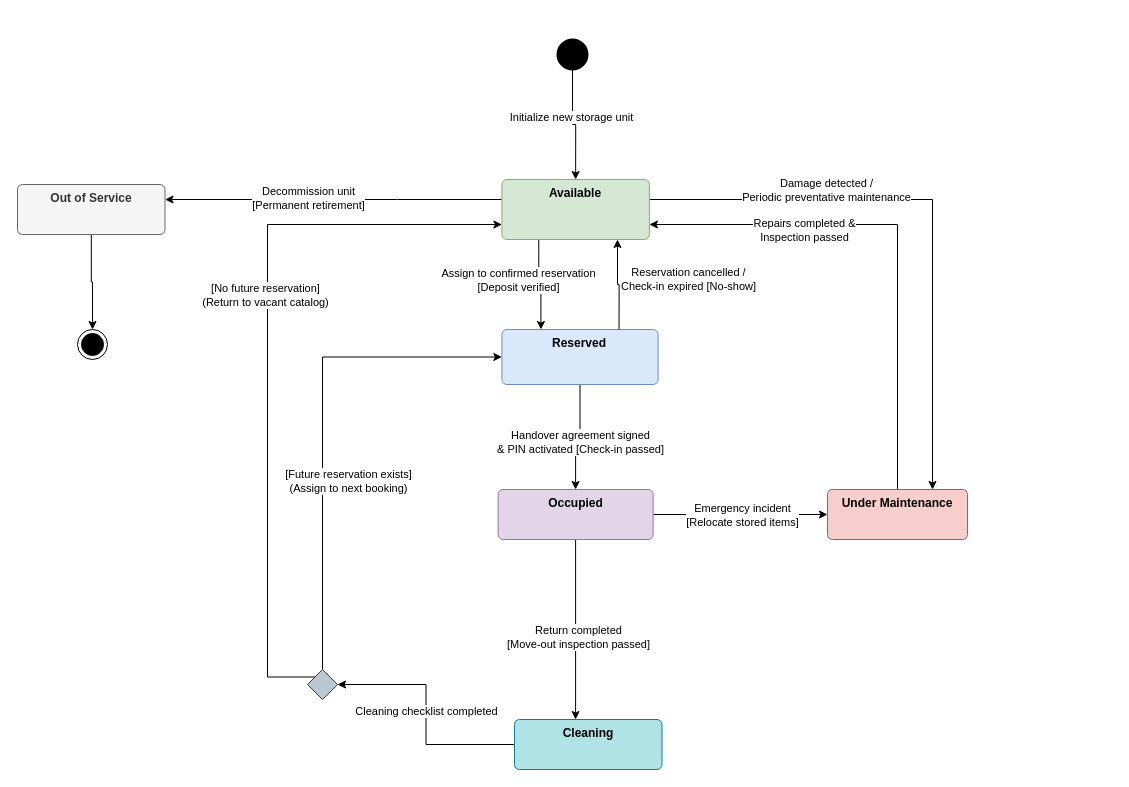
This is docs/diagrams/report/drawio/state-machine-storage-unit.drawio from Nguyen-Van-Gia-Binh/Self-Storage-Facility-Rental-and-Management-System, a draw.io file, before an edit. Source tidied: cells renumbered, new cells numbered last; positions are measured from the earlier drawing's top-left corner, leaving out a move shared by most shapes. Both pictures are drawn from the tidied source at 100%, with x=0, y=0 at pixel (17, 39).
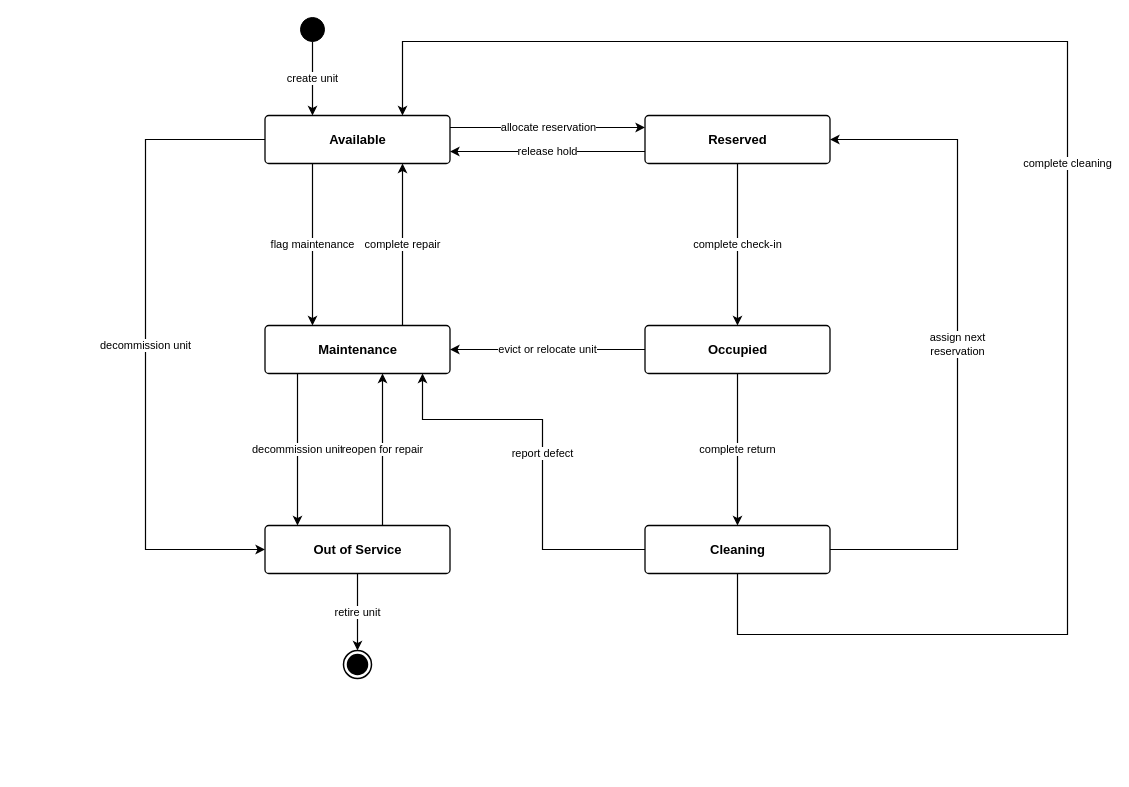
Above is the later version.

The edit, as a diff of the source:
```diff
@@
-    <mxCell id="2" style="edgeStyle=orthogonalEdgeStyle;rounded=0;jettySize=auto;html=1;entryX=0.75;entryY=0;entryDx=0;entryDy=0;" parent="1" edge="1" source="8" target="22">
-      <mxGeometry relative="1" as="geometry">
-        <Array as="points">
-          <mxPoint x="915" y="160" />
-        </Array>
-      </mxGeometry>
-    </mxCell>
-    <mxCell id="3" value="Damage detected /&lt;div&gt;Periodic preventative maintenance&lt;/div&gt;" style="edgeLabel;html=1;align=center;verticalAlign=middle;" parent="2" vertex="1">
-      <mxGeometry x="-0.3" y="-3" relative="1" as="geometry">
-        <mxPoint x="-24" y="-13" as="offset" />
-      </mxGeometry>
-    </mxCell>
+    <mxCell id="36" style="ellipse;whiteSpace=wrap;html=1;fillColor=#000000;strokeColor=#000000;" parent="1" vertex="1">
+      <mxGeometry x="283" y="-22" width="24" height="24" as="geometry" />
+    </mxCell>
+    <mxCell id="8" value="Available" style="rounded=1;arcSize=8;whiteSpace=wrap;html=1;fillColor=#ffffff;strokeColor=#000000;strokeWidth=1.3;fontFamily=Arial;fontSize=13;fontStyle=1;fontColor=#000000;align=center;verticalAlign=middle;" parent="1" vertex="1">
+      <mxGeometry x="247.5" y="76" width="185" height="48" as="geometry" />
+    </mxCell>
+    <mxCell id="14" value="Reserved" style="rounded=1;arcSize=8;whiteSpace=wrap;html=1;fillColor=#ffffff;strokeColor=#000000;strokeWidth=1.3;fontFamily=Arial;fontSize=13;fontStyle=1;fontColor=#000000;align=center;verticalAlign=middle;" parent="1" vertex="1">
+      <mxGeometry x="627.5" y="76" width="185" height="48" as="geometry" />
+    </mxCell>
+    <mxCell id="37" value="Maintenance" style="rounded=1;arcSize=8;whiteSpace=wrap;html=1;fillColor=#ffffff;strokeColor=#000000;strokeWidth=1.3;fontFamily=Arial;fontSize=13;fontStyle=1;fontColor=#000000;align=center;verticalAlign=middle;" parent="1" vertex="1">
+      <mxGeometry x="247.5" y="286" width="185" height="48" as="geometry" />
+    </mxCell>
+    <mxCell id="19" value="Occupied" style="rounded=1;arcSize=8;whiteSpace=wrap;html=1;fillColor=#ffffff;strokeColor=#000000;strokeWidth=1.3;fontFamily=Arial;fontSize=13;fontStyle=1;fontColor=#000000;align=center;verticalAlign=middle;" parent="1" vertex="1">
+      <mxGeometry x="627.5" y="286" width="185" height="48" as="geometry" />
+    </mxCell>
+    <mxCell id="27" value="Out of Service" style="rounded=1;arcSize=8;whiteSpace=wrap;html=1;fillColor=#ffffff;strokeColor=#000000;strokeWidth=1.3;fontFamily=Arial;fontSize=13;fontStyle=1;fontColor=#000000;align=center;verticalAlign=middle;" parent="1" vertex="1">
+      <mxGeometry x="247.5" y="486" width="185" height="48" as="geometry" />
+    </mxCell>
+    <mxCell id="25" value="Cleaning" style="rounded=1;arcSize=8;whiteSpace=wrap;html=1;fillColor=#ffffff;strokeColor=#000000;strokeWidth=1.3;fontFamily=Arial;fontSize=13;fontStyle=1;fontColor=#000000;align=center;verticalAlign=middle;" parent="1" vertex="1">
+      <mxGeometry x="627.5" y="486" width="185" height="48" as="geometry" />
+    </mxCell>
+    <mxCell id="38" style="ellipse;html=1;shape=endState;fillColor=#000000;strokeColor=#000000;strokeWidth=1.5;" parent="1" vertex="1">
+      <mxGeometry x="326" y="611" width="28" height="28" as="geometry" />
+    </mxCell>
+    <mxCell id="39" value="create unit" style="edgeStyle=orthogonalEdgeStyle;rounded=0;jettySize=auto;html=1;exitX=0.5;exitY=1;exitDx=0;exitDy=0;entryX=0.25675675675675674;entryY=0;entryDx=0;entryDy=0;strokeColor=#000000;strokeWidth=1.2;endArrow=classic;endFill=1;fontFamily=Arial;fontSize=11;fontColor=#000000;labelBackgroundColor=#ffffff;labelBorderColor=none;" parent="1" edge="1" source="36" target="8">
+      <mxGeometry relative="1" as="geometry" />
+    </mxCell>
+    <mxCell id="6" value="allocate reservation" style="edgeStyle=orthogonalEdgeStyle;rounded=0;jettySize=auto;html=1;exitX=1;exitY=0.25;exitDx=0;exitDy=0;entryX=0;entryY=0.25;entryDx=0;entryDy=0;strokeColor=#000000;strokeWidth=1.2;endArrow=classic;endFill=1;fontFamily=Arial;fontSize=11;fontColor=#000000;labelBackgroundColor=#ffffff;labelBorderColor=none;" parent="1" edge="1" source="8" target="14">
+      <mxGeometry relative="1" as="geometry" />
+    </mxCell>
+    <mxCell id="34" value="release hold" style="edgeStyle=orthogonalEdgeStyle;rounded=0;jettySize=auto;html=1;exitX=0;exitY=0.75;exitDx=0;exitDy=0;entryX=1;entryY=0.75;entryDx=0;entryDy=0;strokeColor=#000000;strokeWidth=1.2;endArrow=classic;endFill=1;fontFamily=Arial;fontSize=11;fontColor=#000000;labelBackgroundColor=#ffffff;labelBorderColor=none;" parent="1" edge="1" source="14" target="8">
+      <mxGeometry relative="1" as="geometry" />
+    </mxCell>
+    <mxCell id="12" value="complete check-in" style="edgeStyle=orthogonalEdgeStyle;rounded=0;jettySize=auto;html=1;exitX=0.5;exitY=1;exitDx=0;exitDy=0;entryX=0.5;entryY=0;entryDx=0;entryDy=0;strokeColor=#000000;strokeWidth=1.2;endArrow=classic;endFill=1;fontFamily=Arial;fontSize=11;fontColor=#000000;labelBackgroundColor=#ffffff;labelBorderColor=none;" parent="1" edge="1" source="14" target="19">
+      <mxGeometry relative="1" as="geometry" />
+    </mxCell>
+    <mxCell id="17" value="complete return" style="edgeStyle=orthogonalEdgeStyle;rounded=0;jettySize=auto;html=1;exitX=0.5;exitY=1;exitDx=0;exitDy=0;entryX=0.5;entryY=0;entryDx=0;entryDy=0;strokeColor=#000000;strokeWidth=1.2;endArrow=classic;endFill=1;fontFamily=Arial;fontSize=11;fontColor=#000000;labelBackgroundColor=#ffffff;labelBorderColor=none;" parent="1" edge="1" source="19" target="25">
+      <mxGeometry relative="1" as="geometry" />
+    </mxCell>
+    <mxCell id="40" value="evict or relocate unit" style="edgeStyle=orthogonalEdgeStyle;rounded=0;jettySize=auto;html=1;exitX=0;exitY=0.5;exitDx=0;exitDy=0;entryX=1;entryY=0.5;entryDx=0;entryDy=0;strokeColor=#000000;strokeWidth=1.2;endArrow=classic;endFill=1;fontFamily=Arial;fontSize=11;fontColor=#000000;labelBackgroundColor=#ffffff;labelBorderColor=none;" parent="1" edge="1" source="19" target="37">
+      <mxGeometry relative="1" as="geometry" />
+    </mxCell>
+    <mxCell id="41" value="flag maintenance" style="edgeStyle=orthogonalEdgeStyle;rounded=0;jettySize=auto;html=1;exitX=0.25675675675675674;exitY=1;exitDx=0;exitDy=0;entryX=0.25675675675675674;entryY=0;entryDx=0;entryDy=0;strokeColor=#000000;strokeWidth=1.2;endArrow=classic;endFill=1;fontFamily=Arial;fontSize=11;fontColor=#000000;labelBackgroundColor=#ffffff;labelBorderColor=none;" parent="1" edge="1" source="8" target="37">
+      <mxGeometry relative="1" as="geometry" />
+    </mxCell>
+    <mxCell id="42" value="complete repair" style="edgeStyle=orthogonalEdgeStyle;rounded=0;jettySize=auto;html=1;exitX=0.7432432432432432;exitY=0;exitDx=0;exitDy=0;entryX=0.7432432432432432;entryY=1;entryDx=0;entryDy=0;strokeColor=#000000;strokeWidth=1.2;endArrow=classic;endFill=1;fontFamily=Arial;fontSize=11;fontColor=#000000;labelBackgroundColor=#ffffff;labelBorderColor=none;" parent="1" edge="1" source="37" target="8">
+      <mxGeometry relative="1" as="geometry" />
+    </mxCell>
+    <mxCell id="43" value="report defect" style="edgeStyle=orthogonalEdgeStyle;rounded=0;jettySize=auto;html=1;exitX=0;exitY=0.5;exitDx=0;exitDy=0;entryX=0.8513513513513513;entryY=1;entryDx=0;entryDy=0;strokeColor=#000000;strokeWidth=1.2;endArrow=classic;endFill=1;fontFamily=Arial;fontSize=11;fontColor=#000000;labelBackgroundColor=#ffffff;labelBorderColor=none;" parent="1" edge="1" source="25" target="37">
+      <mxGeometry relative="1" as="geometry">
+        <Array as="points">
+          <mxPoint x="525" y="510" />
+          <mxPoint x="525" y="380" />
+          <mxPoint x="405" y="380" />
+        </Array>
+      </mxGeometry>
+    </mxCell>
+    <mxCell id="44" value="assign next&lt;br&gt;reservation" style="edgeStyle=orthogonalEdgeStyle;rounded=0;jettySize=auto;html=1;exitX=1;exitY=0.5;exitDx=0;exitDy=0;entryX=1;entryY=0.5;entryDx=0;entryDy=0;strokeColor=#000000;strokeWidth=1.2;endArrow=classic;endFill=1;fontFamily=Arial;fontSize=11;fontColor=#000000;labelBackgroundColor=#ffffff;labelBorderColor=none;" parent="1" edge="1" source="25" target="14">
+      <mxGeometry relative="1" as="geometry">
+        <Array as="points">
+          <mxPoint x="940" y="510" />
+          <mxPoint x="940" y="100" />
+        </Array>
+      </mxGeometry>
+    </mxCell>
+    <mxCell id="45" value="complete cleaning" style="edgeStyle=orthogonalEdgeStyle;rounded=0;jettySize=auto;html=1;exitX=0.5;exitY=1;exitDx=0;exitDy=0;entryX=0.7432432432432432;entryY=0;entryDx=0;entryDy=0;strokeColor=#000000;strokeWidth=1.2;endArrow=classic;endFill=1;fontFamily=Arial;fontSize=11;fontColor=#000000;labelBackgroundColor=#ffffff;labelBorderColor=none;" parent="1" edge="1" source="25" target="8">
+      <mxGeometry relative="1" as="geometry">
+        <Array as="points">
+          <mxPoint x="720" y="595" />
+          <mxPoint x="1050" y="595" />
+          <mxPoint x="1050" y="2" />
+          <mxPoint x="385" y="2" />
+        </Array>
+      </mxGeometry>
+    </mxCell>
-    <mxCell id="4" style="edgeStyle=orthogonalEdgeStyle;rounded=0;jettySize=auto;html=1;" parent="1" edge="1" source="8" target="27">
+    <mxCell id="4" value="decommission unit" style="edgeStyle=orthogonalEdgeStyle;rounded=0;jettySize=auto;html=1;exitX=0;exitY=0.5;exitDx=0;exitDy=0;entryX=0;entryY=0.5;entryDx=0;entryDy=0;strokeColor=#000000;strokeWidth=1.2;endArrow=classic;endFill=1;fontFamily=Arial;fontSize=11;fontColor=#000000;labelBackgroundColor=#ffffff;labelBorderColor=none;" parent="1" edge="1" source="8" target="27">
       <mxGeometry relative="1" as="geometry">
         <Array as="points">
-          <mxPoint x="380" y="160" />
-          <mxPoint x="380" y="160" />
+          <mxPoint x="128" y="100" />
+          <mxPoint x="128" y="510" />
         </Array>
       </mxGeometry>
     </mxCell>
-    <mxCell id="5" value="Decommission unit&lt;div&gt;[Permanent retirement]&lt;/div&gt;" style="edgeLabel;html=1;align=center;verticalAlign=middle;" parent="4" vertex="1">
-      <mxGeometry x="0.15" y="-2" relative="1" as="geometry" />
-    </mxCell>
-    <mxCell id="6" style="edgeStyle=orthogonalEdgeStyle;rounded=0;jettySize=auto;html=1;exitX=0.25;exitY=1;exitDx=0;exitDy=0;entryX=0.25;entryY=0;entryDx=0;entryDy=0;" parent="1" edge="1" source="8" target="14">
-      <mxGeometry relative="1" as="geometry" />
-    </mxCell>
-    <mxCell id="7" value="Assign to confirmed reservation&lt;div&gt;[Deposit verified]&lt;/div&gt;" style="edgeLabel;html=1;align=center;verticalAlign=middle;" parent="6" vertex="1">
-      <mxGeometry x="-0.17" y="-1" relative="1" as="geometry">
-        <mxPoint x="-20" y="2" as="offset" />
-      </mxGeometry>
-    </mxCell>
-    <mxCell id="8" value="&lt;b&gt;Available&lt;/b&gt;&lt;div&gt;&lt;/div&gt;" style="html=1;align=center;verticalAlign=top;rounded=1;absoluteArcSize=1;arcSize=10;dashed=0;whiteSpace=wrap;fillColor=#d5e8d4;strokeColor=#82b366;" parent="1" vertex="1">
-      <mxGeometry x="484.4" y="140" width="147.5" height="60" as="geometry" />
-    </mxCell>
-    <mxCell id="9" style="edgeStyle=orthogonalEdgeStyle;rounded=0;jettySize=auto;html=1;entryX=0.5;entryY=0;entryDx=0;entryDy=0;" parent="1" edge="1" source="11" target="8">
-      <mxGeometry relative="1" as="geometry" />
-    </mxCell>
-    <mxCell id="10" value="Initialize new storage unit" style="edgeLabel;html=1;align=center;verticalAlign=middle;" parent="9" vertex="1">
-      <mxGeometry x="-0.17" y="-2" relative="1" as="geometry" />
-    </mxCell>
-    <mxCell id="11" style="shape=ellipse;html=1;fillColor=strokeColor;strokeWidth=2;verticalLabelPosition=bottom;verticalAlignment=top;perimeter=ellipsePerimeter;" parent="1" vertex="1">
-      <mxGeometry x="540" width="30" height="30" as="geometry" />
-    </mxCell>
-    <mxCell id="12" style="edgeStyle=orthogonalEdgeStyle;rounded=0;jettySize=auto;html=1;entryX=0.5;entryY=0;entryDx=0;entryDy=0;" parent="1" edge="1" source="14" target="19">
-      <mxGeometry relative="1" as="geometry" />
-    </mxCell>
-    <mxCell id="13" value="Handover agreement signed&lt;div&gt;&amp;amp; PIN activated [Check-in passed]&lt;/div&gt;" style="edgeLabel;html=1;align=center;verticalAlign=middle;" parent="12" vertex="1">
-      <mxGeometry x="-0.22" y="-5" relative="1" as="geometry">
-        <mxPoint x="5" y="14" as="offset" />
-      </mxGeometry>
-    </mxCell>
-    <mxCell id="14" value="&lt;b&gt;Reserved&lt;/b&gt;&lt;div&gt;&lt;/div&gt;" style="html=1;align=center;verticalAlign=top;rounded=1;absoluteArcSize=1;arcSize=10;dashed=0;whiteSpace=wrap;fillColor=#dae8fc;strokeColor=#6c8ebf;" parent="1" vertex="1">
-      <mxGeometry x="484.4" y="290" width="156.2" height="55" as="geometry" />
-    </mxCell>
-    <mxCell id="15" style="edgeStyle=orthogonalEdgeStyle;rounded=0;jettySize=auto;html=1;entryX=0;entryY=0.5;entryDx=0;entryDy=0;" parent="1" edge="1" source="19" target="22">
-      <mxGeometry relative="1" as="geometry" />
-    </mxCell>
-    <mxCell id="16" value="Emergency incident&lt;div&gt;[Relocate stored items]&lt;/div&gt;" style="edgeLabel;html=1;align=center;verticalAlign=middle;" parent="15" vertex="1">
-      <mxGeometry x="0.02" relative="1" as="geometry" />
-    </mxCell>
-    <mxCell id="17" style="edgeStyle=orthogonalEdgeStyle;rounded=0;jettySize=auto;html=1;" parent="1" edge="1" source="19" target="25">
-      <mxGeometry relative="1" as="geometry">
-        <Array as="points">
-          <mxPoint x="559" y="590" />
-          <mxPoint x="559" y="590" />
-        </Array>
-      </mxGeometry>
-    </mxCell>
-    <mxCell id="18" value="Return completed&lt;div&gt;[Move-out inspection passed]&lt;/div&gt;" style="edgeLabel;html=1;align=center;verticalAlign=middle;" parent="17" vertex="1">
-      <mxGeometry x="0.08" y="2" relative="1" as="geometry" />
-    </mxCell>
-    <mxCell id="19" value="&lt;b&gt;Occupied&lt;/b&gt;&lt;div&gt;&lt;/div&gt;" style="html=1;align=center;verticalAlign=top;rounded=1;absoluteArcSize=1;arcSize=10;dashed=0;whiteSpace=wrap;fillColor=#e1d5e7;strokeColor=#9673a6;" parent="1" vertex="1">
-      <mxGeometry x="480.6" y="450" width="155" height="50" as="geometry" />
-    </mxCell>
-    <mxCell id="20" style="edgeStyle=orthogonalEdgeStyle;rounded=0;jettySize=auto;html=1;libavoidRouting=1;entryX=1;entryY=0.75;entryDx=0;entryDy=0;" parent="1" edge="1" source="22" target="8">
-      <mxGeometry relative="1" as="geometry">
-        <Array as="points">
-          <mxPoint x="880" y="185" />
-        </Array>
-      </mxGeometry>
-    </mxCell>
-    <mxCell id="21" value="Repairs completed &amp;amp;&lt;div&gt;Inspection passed&lt;/div&gt;" style="edgeLabel;html=1;align=center;verticalAlign=middle;" parent="20" vertex="1">
-      <mxGeometry x="0.4" relative="1" as="geometry">
-        <mxPoint y="5" as="offset" />
-      </mxGeometry>
-    </mxCell>
-    <mxCell id="22" value="&lt;b&gt;Under Maintenance&lt;/b&gt;&lt;div&gt;&lt;/div&gt;" style="html=1;align=center;verticalAlign=top;rounded=1;absoluteArcSize=1;arcSize=10;dashed=0;whiteSpace=wrap;fillColor=#f8cecc;strokeColor=#b85450;" parent="1" vertex="1">
-      <mxGeometry x="810" y="450" width="140" height="50" as="geometry" />
-    </mxCell>
-    <mxCell id="23" style="edgeStyle=orthogonalEdgeStyle;rounded=0;jettySize=auto;html=1;entryX=1;entryY=0.5;entryDx=0;entryDy=0;" parent="1" edge="1" source="25" target="32">
-      <mxGeometry relative="1" as="geometry" />
-    </mxCell>
-    <mxCell id="24" value="Cleaning checklist completed" style="edgeLabel;html=1;align=center;verticalAlign=middle;" parent="23" vertex="1">
-      <mxGeometry x="0.03" relative="1" as="geometry" />
-    </mxCell>
-    <mxCell id="25" value="&lt;b&gt;Cleaning&lt;br&gt;&lt;/b&gt;" style="html=1;align=center;verticalAlign=top;rounded=1;absoluteArcSize=1;arcSize=10;dashed=0;whiteSpace=wrap;fillColor=#b0e3e6;strokeColor=#0e8088;" parent="1" vertex="1">
-      <mxGeometry x="497" y="680" width="147.5" height="50" as="geometry" />
-    </mxCell>
-    <mxCell id="26" style="edgeStyle=orthogonalEdgeStyle;rounded=0;jettySize=auto;html=1;entryX=0.5;entryY=0;entryDx=0;entryDy=0;" parent="1" edge="1" source="27" target="33">
-      <mxGeometry relative="1" as="geometry" />
-    </mxCell>
-    <mxCell id="27" value="&lt;b&gt;Out of Service&lt;/b&gt;" style="html=1;align=center;verticalAlign=top;rounded=1;absoluteArcSize=1;arcSize=10;dashed=0;whiteSpace=wrap;fillColor=#f5f5f5;fontColor=#333333;strokeColor=#666666;" parent="1" vertex="1">
-      <mxGeometry y="145" width="147.5" height="50" as="geometry" />
-    </mxCell>
-    <mxCell id="28" style="edgeStyle=elbowEdgeStyle;rounded=0;jettySize=auto;html=1;entryX=0;entryY=0.5;entryDx=0;entryDy=0;" parent="1" edge="1" source="32" target="14">
-      <mxGeometry relative="1" as="geometry">
-        <Array as="points">
-          <mxPoint x="305" y="390" />
-          <mxPoint x="320" y="340" />
-          <mxPoint x="310" y="360" />
-          <mxPoint x="305" y="450" />
-        </Array>
-      </mxGeometry>
-    </mxCell>
-    <mxCell id="29" value="[Future reservation exists]&lt;div&gt;(Assign to next booking)&lt;/div&gt;" style="edgeLabel;html=1;align=center;verticalAlign=middle;" parent="28" vertex="1">
-      <mxGeometry x="-0.21" y="3" relative="1" as="geometry">
-        <mxPoint x="28" y="5" as="offset" />
-      </mxGeometry>
-    </mxCell>
-    <mxCell id="30" style="edgeStyle=elbowEdgeStyle;rounded=0;jettySize=auto;html=1;exitX=0;exitY=0;exitDx=0;exitDy=0;entryX=0;entryY=0.75;entryDx=0;entryDy=0;" parent="1" edge="1" source="32" target="8">
-      <mxGeometry relative="1" as="geometry">
-        <Array as="points">
-          <mxPoint x="250" y="280" />
-        </Array>
-      </mxGeometry>
-    </mxCell>
-    <mxCell id="31" value="[No future reservation]&lt;div&gt;(Return to vacant catalog)&lt;/div&gt;" style="edgeLabel;html=1;align=center;verticalAlign=middle;" parent="30" vertex="1">
-      <mxGeometry x="0.17" y="3" relative="1" as="geometry" />
-    </mxCell>
-    <mxCell id="32" style="shape=rhombus;html=1;dashed=0;whiteSpace=wrap;perimeter=rhombusPerimeter;fillColor=#bac8d3;strokeColor=#23445d;" parent="1" vertex="1">
-      <mxGeometry x="290" y="630" width="30" height="30" as="geometry" />
-    </mxCell>
-    <mxCell id="33" style="ellipse;html=1;shape=endState;fillColor=strokeColor;" parent="1" vertex="1">
-      <mxGeometry x="60" y="290" width="30" height="30" as="geometry" />
-    </mxCell>
-    <mxCell id="34" style="edgeStyle=orthogonalEdgeStyle;rounded=0;jettySize=auto;html=1;exitX=0.75;exitY=0;exitDx=0;exitDy=0;" parent="1" edge="1" source="14" target="8">
-      <mxGeometry relative="1" as="geometry">
-        <Array as="points">
-          <mxPoint x="602" y="245" />
-          <mxPoint x="600" y="245" />
-        </Array>
-      </mxGeometry>
-    </mxCell>
-    <mxCell id="35" value="Reservation cancelled /&lt;div&gt;Check-in expired [No-show]&lt;/div&gt;" style="edgeLabel;html=1;align=center;verticalAlign=middle;" parent="34" vertex="1">
-      <mxGeometry x="0.05" relative="1" as="geometry">
-        <mxPoint x="70" y="-4" as="offset" />
-      </mxGeometry>
-    </mxCell>
+    <mxCell id="46" value="decommission unit" style="edgeStyle=orthogonalEdgeStyle;rounded=0;jettySize=auto;html=1;exitX=0.17567567567567569;exitY=1;exitDx=0;exitDy=0;entryX=0.17567567567567569;entryY=0;entryDx=0;entryDy=0;strokeColor=#000000;strokeWidth=1.2;endArrow=classic;endFill=1;fontFamily=Arial;fontSize=11;fontColor=#000000;labelBackgroundColor=#ffffff;labelBorderColor=none;" parent="1" edge="1" source="37" target="27">
+      <mxGeometry relative="1" as="geometry" />
+    </mxCell>
+    <mxCell id="47" value="reopen for repair" style="edgeStyle=orthogonalEdgeStyle;rounded=0;jettySize=auto;html=1;exitX=0.6351351351351351;exitY=0;exitDx=0;exitDy=0;entryX=0.6351351351351351;entryY=1;entryDx=0;entryDy=0;strokeColor=#000000;strokeWidth=1.2;endArrow=classic;endFill=1;fontFamily=Arial;fontSize=11;fontColor=#000000;labelBackgroundColor=#ffffff;labelBorderColor=none;" parent="1" edge="1" source="27" target="37">
+      <mxGeometry relative="1" as="geometry" />
+    </mxCell>
+    <mxCell id="48" value="retire unit" style="edgeStyle=orthogonalEdgeStyle;rounded=0;jettySize=auto;html=1;exitX=0.5;exitY=1;exitDx=0;exitDy=0;entryX=0.5;entryY=0;entryDx=0;entryDy=0;strokeColor=#000000;strokeWidth=1.2;endArrow=classic;endFill=1;fontFamily=Arial;fontSize=11;fontColor=#000000;labelBackgroundColor=#ffffff;labelBorderColor=none;" parent="1" edge="1" source="27" target="38">
+      <mxGeometry relative="1" as="geometry" />
+    </mxCell>
```
